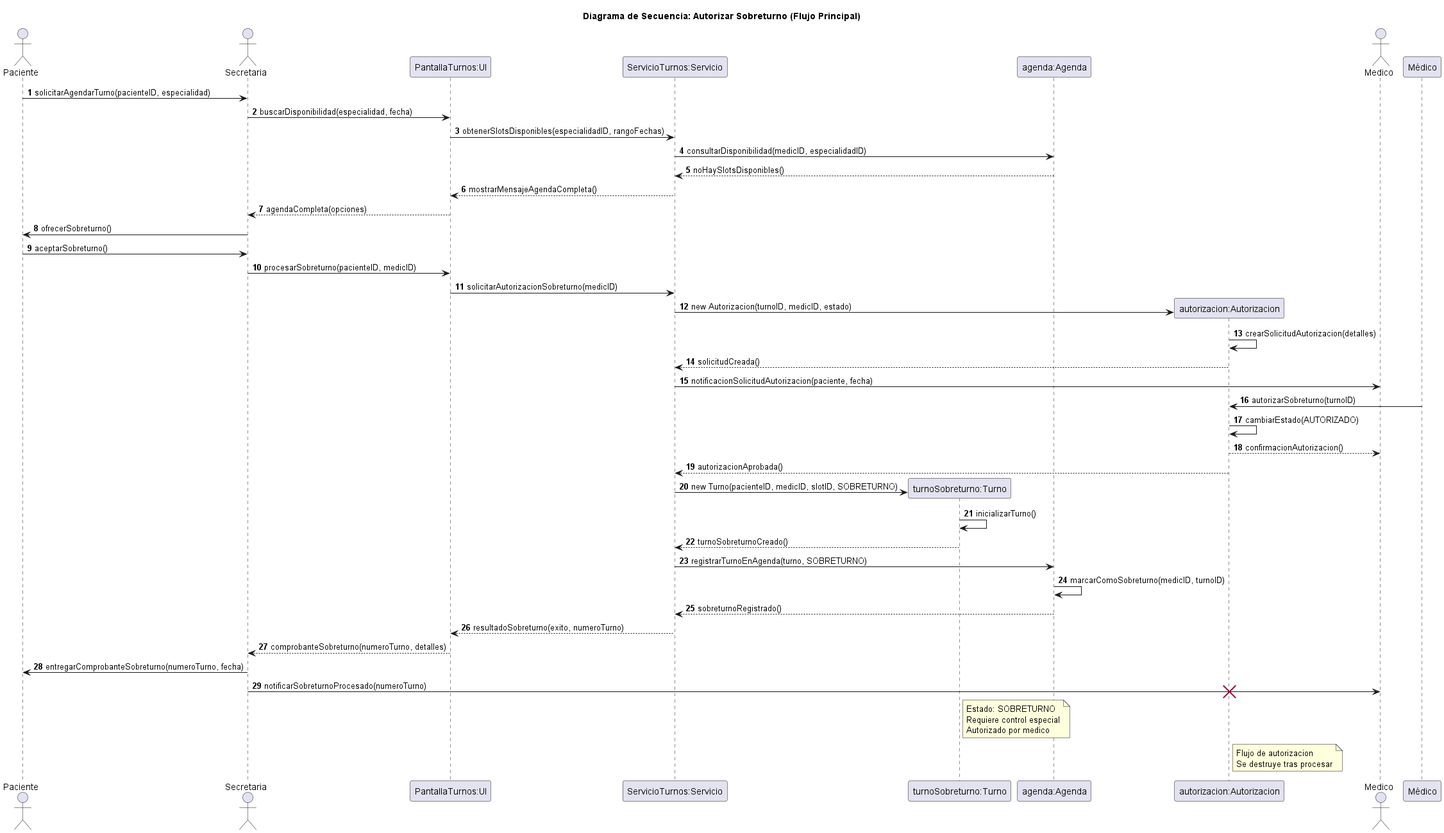
Earlier version of the PlantUML export diagramas/05-diagramas-secuencia/05-secuencia-autorizar-sobreturno-flujo-principal-04.png (Purezaamor/SistemaTurnosMedicos).
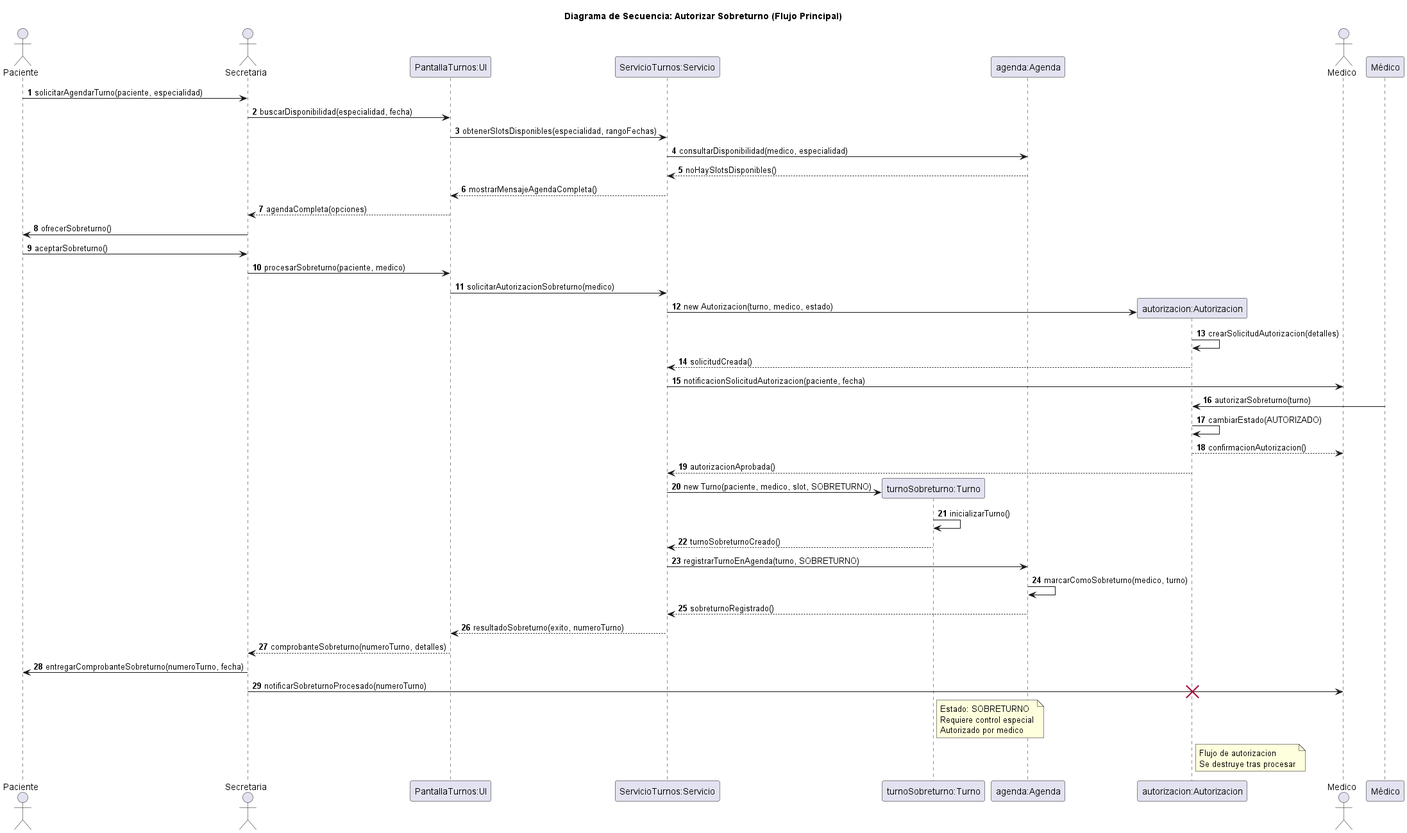
The same file after the commit.

Change to the diagram source:
```diff
@@ -12,32 +12,32 @@
 
 autonumber
 
-Paciente -> Secretaria: solicitarAgendarTurno(pacienteID, especialidad)
+Paciente -> Secretaria: solicitarAgendarTurno(paciente, especialidad)
 Secretaria -> UI: buscarDisponibilidad(especialidad, fecha)
-UI -> Servicio: obtenerSlotsDisponibles(especialidadID, rangoFechas)
-Servicio -> Agenda: consultarDisponibilidad(medicID, especialidadID)
+UI -> Servicio: obtenerSlotsDisponibles(especialidad, rangoFechas)
+Servicio -> Agenda: consultarDisponibilidad(medico, especialidad)
 Agenda --> Servicio: noHaySlotsDisponibles()
 Servicio --> UI: mostrarMensajeAgendaCompleta()
 UI --> Secretaria: agendaCompleta(opciones)
 Secretaria -> Paciente: ofrecerSobreturno()
 Paciente -> Secretaria: aceptarSobreturno()
-Secretaria -> UI: procesarSobreturno(pacienteID, medicID)
-UI -> Servicio: solicitarAutorizacionSobreturno(medicID)
+Secretaria -> UI: procesarSobreturno(paciente, medico)
+UI -> Servicio: solicitarAutorizacionSobreturno(medico)
 create Auth
-Servicio -> Auth: new Autorizacion(turnoID, medicID, estado)
+Servicio -> Auth: new Autorizacion(turno, medico, estado)
 Auth -> Auth: crearSolicitudAutorizacion(detalles)
 Auth --> Servicio: solicitudCreada()
 Servicio -> Medico: notificacionSolicitudAutorizacion(paciente, fecha)
-Médico -> Auth: autorizarSobreturno(turnoID)
+Médico -> Auth: autorizarSobreturno(turno)
 Auth -> Auth: cambiarEstado(AUTORIZADO)
 Auth --> Medico: confirmacionAutorizacion()
 Auth --> Servicio: autorizacionAprobada()
 create Turno
-Servicio -> Turno: new Turno(pacienteID, medicID, slotID, SOBRETURNO)
+Servicio -> Turno: new Turno(paciente, medico, slot, SOBRETURNO)
 Turno -> Turno: inicializarTurno()
 Turno --> Servicio: turnoSobreturnoCreado()
 Servicio -> Agenda: registrarTurnoEnAgenda(turno, SOBRETURNO)
-Agenda -> Agenda: marcarComoSobreturno(medicID, turnoID)
+Agenda -> Agenda: marcarComoSobreturno(medico, turno)
 Agenda --> Servicio: sobreturnoRegistrado()
 Servicio --> UI: resultadoSobreturno(exito, numeroTurno)
 UI --> Secretaria: comprobanteSobreturno(numeroTurno, detalles)
```
